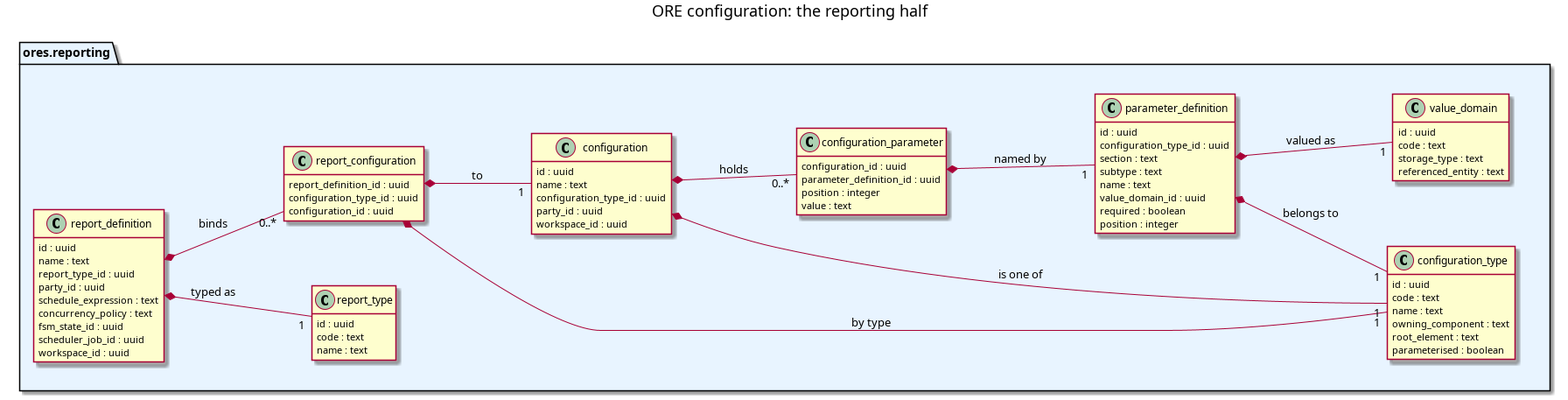
This is doc/agile/versions/v0/sprint_26/ore-report-configuration/analysis/configuration_model_reporting.png from OreStudio/OreStudio, a PlantUML export, as it was before one commit. Its source is kept beside it as doc/agile/versions/v0/sprint_26/ore-report-configuration/analysis/configuration_model_reporting.puml.
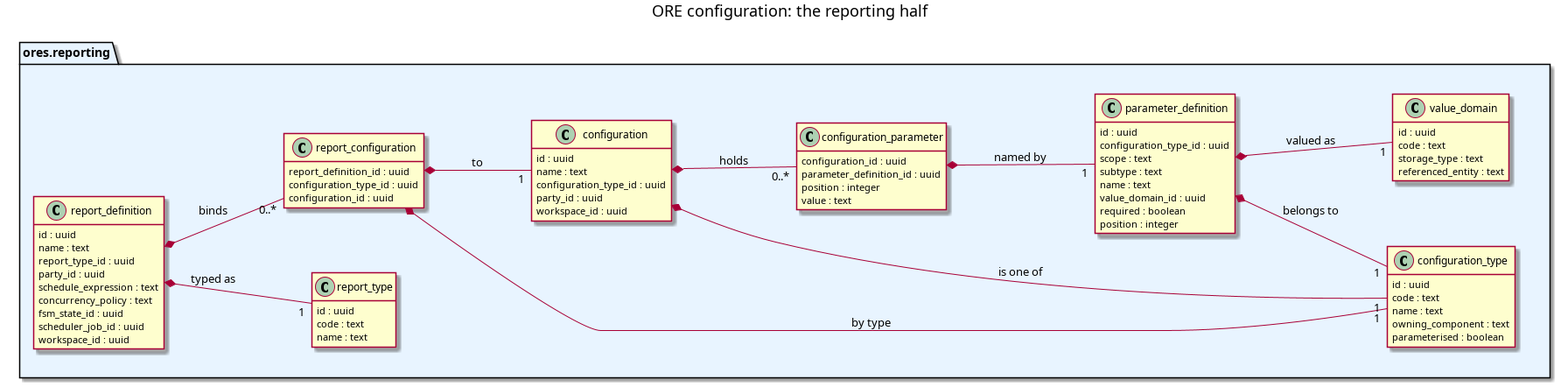
The same diagram one commit later.

Commit message:
[reporting] Take the representation out of the data model

Diff of the diagram source:
```diff
@@ -31,7 +31,6 @@
     code : text
     name : text
     owning_component : text
-    root_element : text
     parameterised : boolean
   }
   class configuration {
@@ -50,7 +49,7 @@
   class parameter_definition {
     id : uuid
     configuration_type_id : uuid
-    section : text
+    scope : text
     subtype : text
     name : text
     value_domain_id : uuid
```
